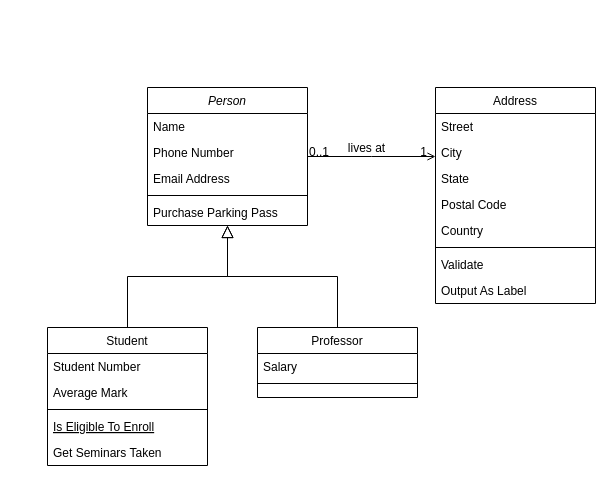
gmaOCR/Asso_Karkhiv keeps this draw.io diagram as Diagramme sans nom.drawio. Above is the earlier version. Source tidied: cells renumbered, new cells numbered last; positions are measured from the earlier drawing's top-left corner, leaving out a move shared by most shapes. Both pictures are drawn from the tidied source at 100%, with x=0, y=0 at pixel (47, 87).
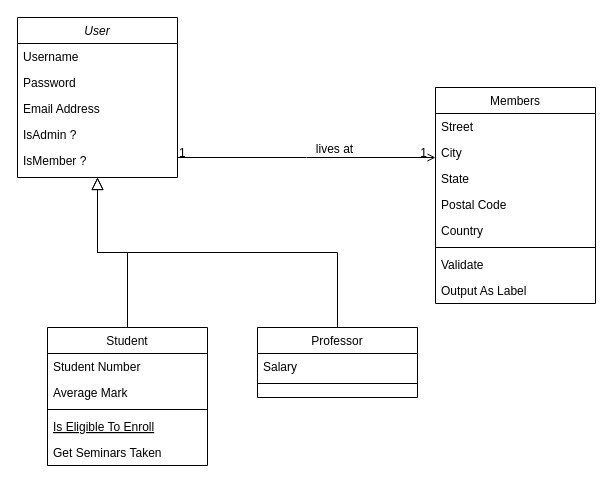
The same page after the edit.

Commit message:
Mettre à jour Diagramme sans nom.drawio

Change to the diagram source:
```diff
@@
-    <mxCell id="2" value="Person" style="swimlane;fontStyle=2;align=center;verticalAlign=top;horizontal=1;startSize=26;rounded=0;shadow=0;strokeWidth=1;" parent="1" vertex="1">
-      <mxGeometry x="100" width="160" height="138" as="geometry" />
+    <mxCell id="2" value="User" style="swimlane;fontStyle=2;align=center;verticalAlign=top;horizontal=1;startSize=26;rounded=0;shadow=0;strokeWidth=1;" parent="1" vertex="1">
+      <mxGeometry x="-30" y="-70" width="160" height="160" as="geometry" />
     </mxCell>
-    <mxCell id="3" value="Name" style="text;align=left;verticalAlign=top;spacingLeft=4;spacingRight=4;overflow=hidden;" parent="2" vertex="1">
+    <mxCell id="3" value="Username" style="text;align=left;verticalAlign=top;spacingLeft=4;spacingRight=4;overflow=hidden;" parent="2" vertex="1">
       <mxGeometry y="26" width="160" height="26" as="geometry" />
     </mxCell>
-    <mxCell id="4" value="Phone Number" style="text;align=left;verticalAlign=top;spacingLeft=4;spacingRight=4;overflow=hidden;rounded=0;shadow=0;html=0;" parent="2" vertex="1">
+    <mxCell id="4" value="Password" style="text;align=left;verticalAlign=top;spacingLeft=4;spacingRight=4;overflow=hidden;rounded=0;shadow=0;html=0;" parent="2" vertex="1">
       <mxGeometry y="52" width="160" height="26" as="geometry" />
     </mxCell>
@@
-    <mxCell id="6" style="line;html=1;strokeWidth=1;align=left;verticalAlign=middle;spacingTop=-1;spacingLeft=3;spacingRight=3;labelPosition=right;" parent="2" vertex="1">
-      <mxGeometry y="104" width="160" height="8" as="geometry" />
-    </mxCell>
-    <mxCell id="7" value="Purchase Parking Pass" style="text;align=left;verticalAlign=top;spacingLeft=4;spacingRight=4;overflow=hidden;" parent="2" vertex="1">
-      <mxGeometry y="112" width="160" height="26" as="geometry" />
-    </mxCell>
+    <mxCell id="32" value="IsAdmin ?" style="text;align=left;verticalAlign=top;spacingLeft=4;spacingRight=4;overflow=hidden;rounded=0;shadow=0;html=0;" parent="2" vertex="1">
+      <mxGeometry y="104" width="160" height="26" as="geometry" />
+    </mxCell>
+    <mxCell id="33" value="IsMember ?" style="text;align=left;verticalAlign=top;spacingLeft=4;spacingRight=4;overflow=hidden;rounded=0;shadow=0;html=0;" parent="2" vertex="1">
+      <mxGeometry y="130" width="160" height="26" as="geometry" />
+    </mxCell>
@@
-    <mxCell id="19" value="Address" style="swimlane;fontStyle=0;align=center;verticalAlign=top;horizontal=1;startSize=26;rounded=0;shadow=0;strokeWidth=1;" parent="1" vertex="1">
+    <mxCell id="19" value="Members" style="swimlane;fontStyle=0;align=center;verticalAlign=top;horizontal=1;startSize=26;rounded=0;shadow=0;strokeWidth=1;" parent="1" vertex="1">
       <mxGeometry x="388" width="160" height="216" as="geometry" />
     </mxCell>
@@
-    <mxCell id="28" style="endArrow=open;shadow=0;strokeWidth=1;rounded=0;endFill=1;edgeStyle=elbowEdgeStyle;elbow=vertical;" parent="1" edge="1" source="2" target="19">
+    <mxCell id="28" style="endArrow=open;shadow=0;strokeWidth=1;rounded=0;endFill=1;edgeStyle=elbowEdgeStyle;elbow=vertical;" parent="1" edge="1">
       <mxGeometry x="0.5" y="41" relative="1" as="geometry">
+        <mxPoint x="130" y="70" as="sourcePoint" />
+        <mxPoint x="388" y="70" as="targetPoint" />
         <mxPoint x="-40" y="32" as="offset" />
       </mxGeometry>
     </mxCell>
-    <mxCell id="29" value="0..1" style="align=left;verticalAlign=bottom;labelBackgroundColor=none;fontSize=12;" parent="28" vertex="1">
+    <mxCell id="29" value="1" style="align=left;verticalAlign=bottom;labelBackgroundColor=none;fontSize=12;" parent="28" vertex="1">
       <mxGeometry x="-1" relative="1" as="geometry">
         <mxPoint y="4" as="offset" />
       </mxGeometry>
     </mxCell>
```
